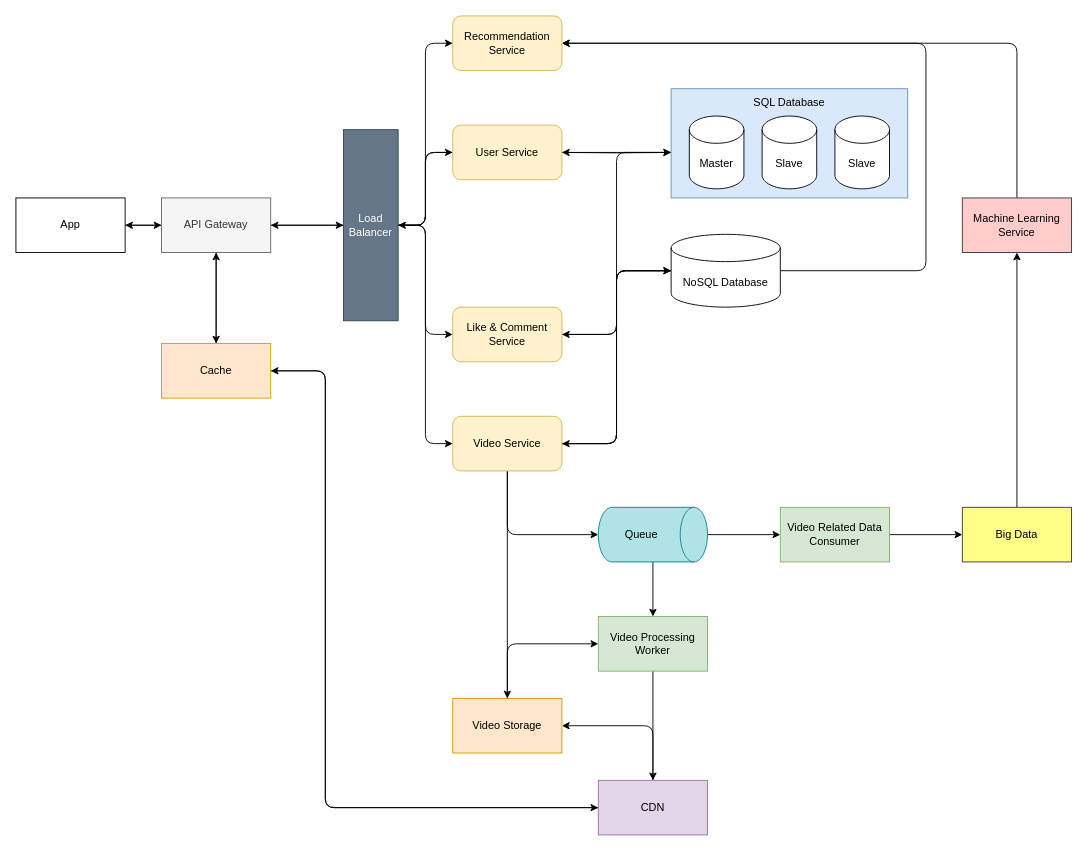
This is TikTok System Design.drawio from purnendukar/MySystemDesigns, a draw.io file, before an edit. Source tidied: cells renumbered, new cells numbered last; positions are measured from the earlier drawing's top-left corner, leaving out a move shared by most shapes. Both pictures are drawn from the tidied source at 91%, with x=0, y=0 at pixel (15, 15).
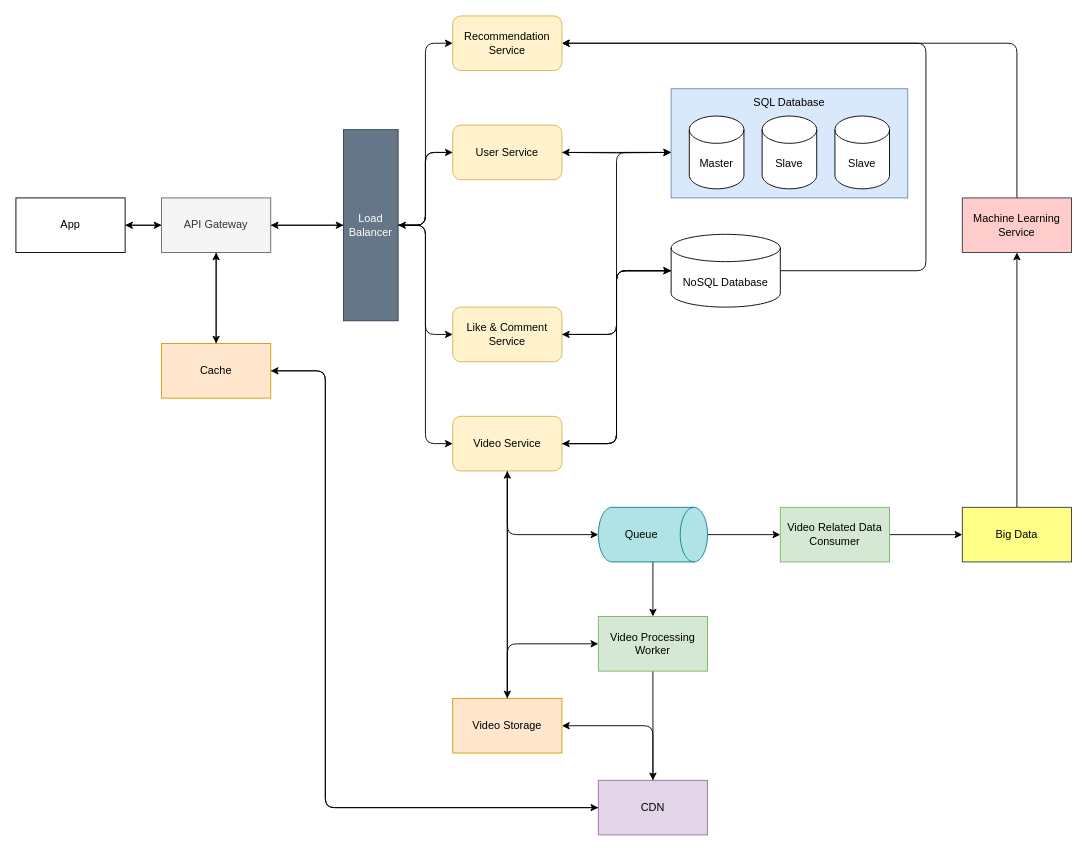
Above is the later version.

Unchanged cells that the change refers to:
```xml
<mxCell id="19" value="Video Service" style="rounded=1;whiteSpace=wrap;html=1;fillColor=#fff2cc;strokeColor=#d6b656;" parent="1" vertex="1">
  <mxGeometry x="480" y="440" width="120" height="60" as="geometry" />
</mxCell>
<mxCell id="28" value="Video Storage" style="rounded=0;whiteSpace=wrap;html=1;fillColor=#ffe6cc;strokeColor=#d79b00;" parent="1" vertex="1">
  <mxGeometry x="480" y="750" width="120" height="60" as="geometry" />
</mxCell>
```

Change to the diagram source:
```diff
@@
+    <mxCell id="54" style="edgeStyle=orthogonalEdgeStyle;rounded=0;jettySize=auto;html=1;" parent="1" edge="1" source="28" target="19">
+      <mxGeometry relative="1" as="geometry" />
+    </mxCell>
```
